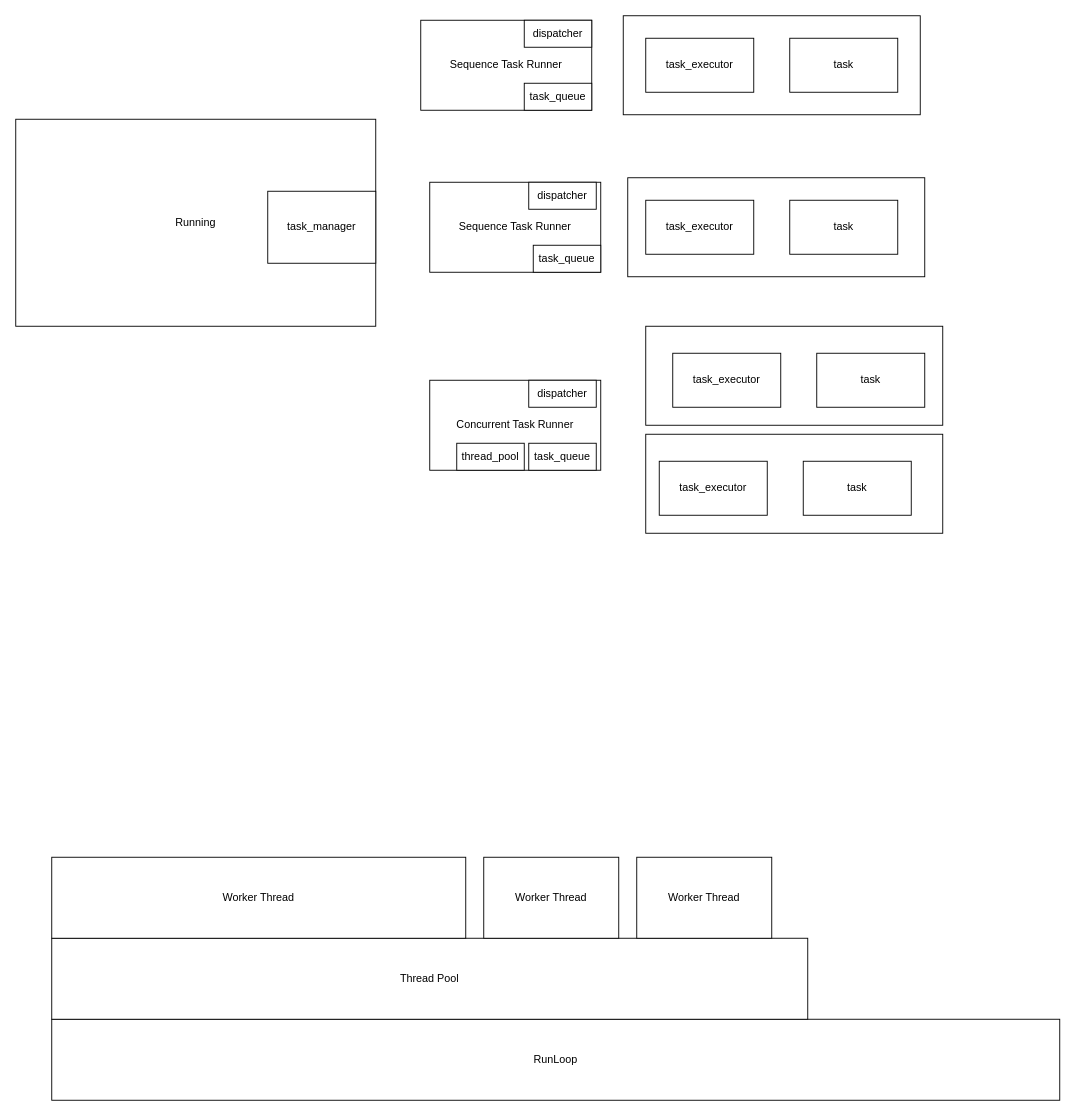
Before: page "arch" (1 of 2) of doc/task_runner.drawio in ISSuh/task_runner, a draw.io diagram. Source tidied: cells renumbered, new cells numbered last; positions are measured from the earlier drawing's top-left corner, leaving out a move shared by most shapes. Both pictures are drawn from the tidied source at 90%, with x=0, y=0 at pixel (15, 15).
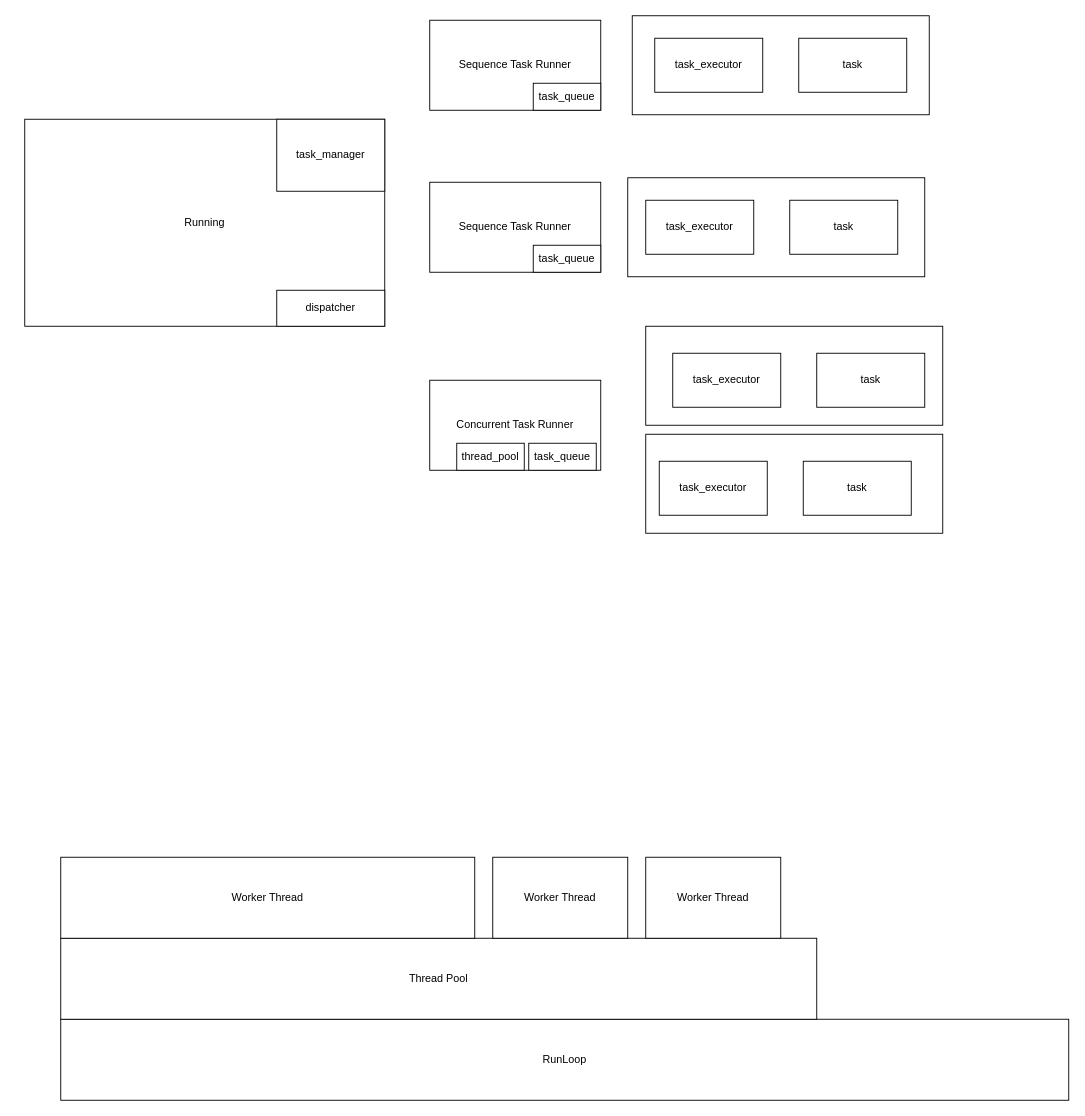
The same page after the edit.

Change to the diagram source:
```diff
@@
     <mxCell id="5" style="rounded=0;whiteSpace=wrap;html=1;" parent="1" vertex="1">
-      <mxGeometry x="675" width="330" height="110" as="geometry" />
+      <mxGeometry x="685" width="330" height="110" as="geometry" />
     </mxCell>
@@
     <mxCell id="7" value="Running" style="rounded=0;whiteSpace=wrap;html=1;" parent="1" vertex="1">
-      <mxGeometry y="115" width="400" height="230" as="geometry" />
+      <mxGeometry x="10" y="115" width="400" height="230" as="geometry" />
     </mxCell>
     <mxCell id="8" value="task_manager" style="rounded=0;whiteSpace=wrap;html=1;" parent="1" vertex="1">
-      <mxGeometry x="280" y="195" width="120" height="80" as="geometry" />
+      <mxGeometry x="290" y="115" width="120" height="80" as="geometry" />
     </mxCell>
@@
     <mxCell id="12" value="RunLoop" style="rounded=0;whiteSpace=wrap;html=1;" parent="1" vertex="1">
-      <mxGeometry x="40" y="1115" width="1120" height="90" as="geometry" />
+      <mxGeometry x="50" y="1115" width="1120" height="90" as="geometry" />
     </mxCell>
     <mxCell id="13" value="Thread Pool" style="rounded=0;whiteSpace=wrap;html=1;" parent="1" vertex="1">
-      <mxGeometry x="40" y="1025" width="840" height="90" as="geometry" />
+      <mxGeometry x="50" y="1025" width="840" height="90" as="geometry" />
     </mxCell>
     <mxCell id="14" value="Worker Thread" style="rounded=0;whiteSpace=wrap;html=1;" parent="1" vertex="1">
-      <mxGeometry x="40" y="935" width="460" height="90" as="geometry" />
+      <mxGeometry x="50" y="935" width="460" height="90" as="geometry" />
     </mxCell>
     <mxCell id="15" value="Worker Thread" style="rounded=0;whiteSpace=wrap;html=1;" parent="1" vertex="1">
-      <mxGeometry x="520" y="935" width="150" height="90" as="geometry" />
+      <mxGeometry x="530" y="935" width="150" height="90" as="geometry" />
     </mxCell>
     <mxCell id="16" value="Worker Thread" style="rounded=0;whiteSpace=wrap;html=1;" parent="1" vertex="1">
-      <mxGeometry x="690" y="935" width="150" height="90" as="geometry" />
+      <mxGeometry x="700" y="935" width="150" height="90" as="geometry" />
     </mxCell>
@@
     <mxCell id="24" value="Sequence Task Runner" style="rounded=0;whiteSpace=wrap;html=1;" parent="1" vertex="1">
-      <mxGeometry x="450" y="5" width="190" height="100" as="geometry" />
+      <mxGeometry x="460" y="5" width="190" height="100" as="geometry" />
     </mxCell>
     <mxCell id="25" value="task" style="rounded=0;whiteSpace=wrap;html=1;" parent="1" vertex="1">
-      <mxGeometry x="860" y="25" width="120" height="60" as="geometry" />
+      <mxGeometry x="870" y="25" width="120" height="60" as="geometry" />
     </mxCell>
     <mxCell id="26" value="task_executor" style="rounded=0;whiteSpace=wrap;html=1;" parent="1" vertex="1">
-      <mxGeometry x="700" y="25" width="120" height="60" as="geometry" />
+      <mxGeometry x="710" y="25" width="120" height="60" as="geometry" />
     </mxCell>
     <mxCell id="27" value="task_queue" style="rounded=0;whiteSpace=wrap;html=1;" parent="1" vertex="1">
-      <mxGeometry x="565" y="75" width="75" height="30" as="geometry" />
+      <mxGeometry x="575" y="75" width="75" height="30" as="geometry" />
     </mxCell>
     <mxCell id="28" value="dispatcher" style="rounded=0;whiteSpace=wrap;html=1;" parent="1" vertex="1">
-      <mxGeometry x="565" y="5" width="75" height="30" as="geometry" />
+      <mxGeometry x="290" y="305" width="120" height="40" as="geometry" />
     </mxCell>
-    <mxCell id="29" value="dispatcher" style="rounded=0;whiteSpace=wrap;html=1;" parent="1" vertex="1">
-      <mxGeometry x="570" y="185" width="75" height="30" as="geometry" />
-    </mxCell>
-    <mxCell id="30" value="dispatcher" style="rounded=0;whiteSpace=wrap;html=1;" parent="1" vertex="1">
-      <mxGeometry x="570" y="405" width="75" height="30" as="geometry" />
-    </mxCell>
```
